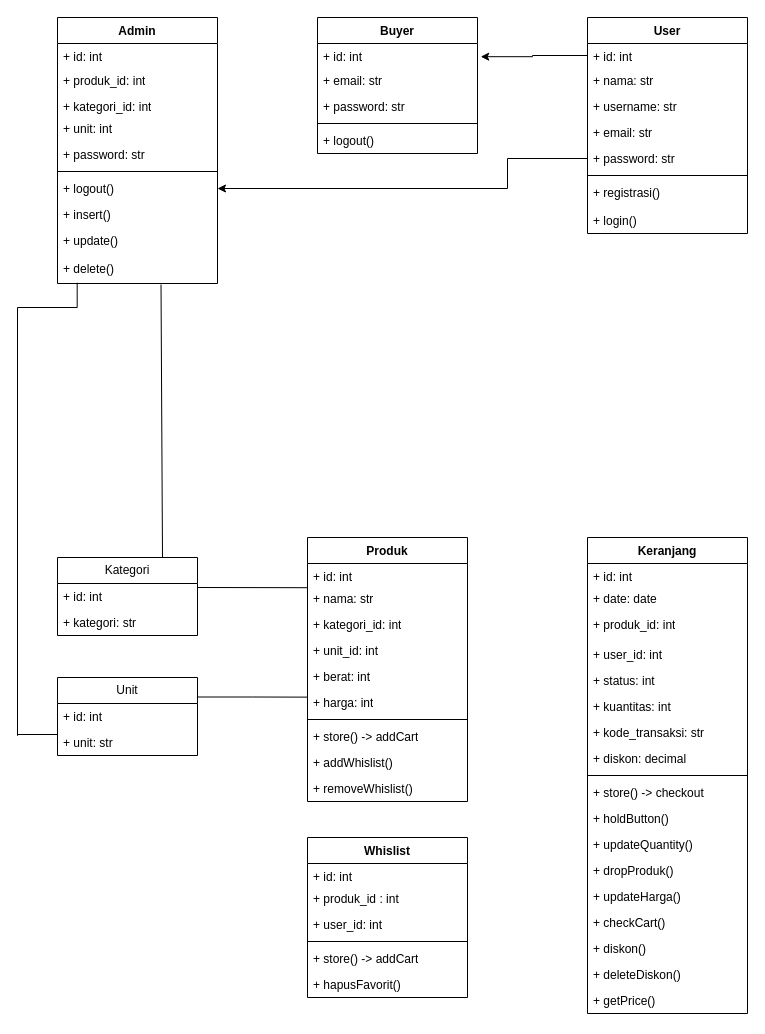
This is Untitled Diagram.drawio from fahri0126/Diagram, a draw.io file, before an edit. Source tidied: cells renumbered, new cells numbered last; positions are measured from the earlier drawing's top-left corner, leaving out a move shared by most shapes. Both pictures are drawn from the tidied source at 100%, with x=0, y=0 at pixel (17, 17).
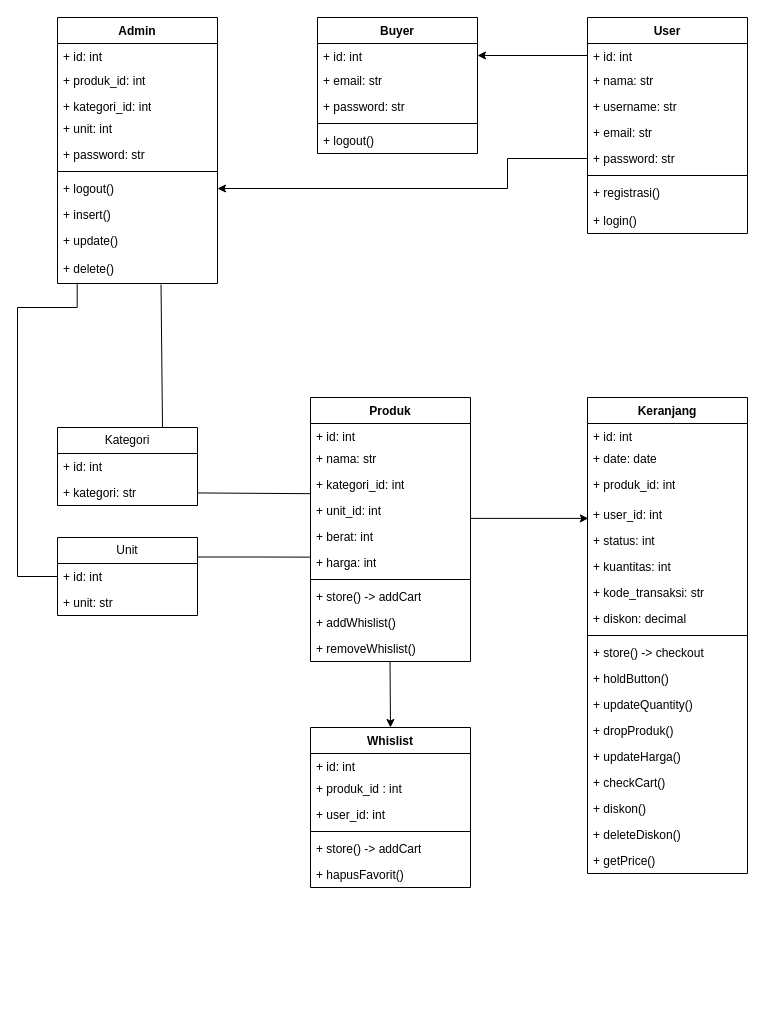
After the change.

Unchanged cells that the change refers to:
```xml
<mxCell id="4" value="+ nama: str" style="text;strokeColor=none;fillColor=none;align=left;verticalAlign=top;spacingLeft=4;spacingRight=4;overflow=hidden;points=[[0,0.5],[1,0.5]];portConstraint=eastwest;whiteSpace=wrap;html=1;" parent="2" vertex="1">
  <mxGeometry y="48" width="160" height="26" as="geometry" />
</mxCell>
<mxCell id="5" value="+ kategori_id: int" style="text;strokeColor=none;fillColor=none;align=left;verticalAlign=top;spacingLeft=4;spacingRight=4;overflow=hidden;points=[[0,0.5],[1,0.5]];portConstraint=eastwest;whiteSpace=wrap;html=1;" parent="2" vertex="1">
  <mxGeometry y="74" width="160" height="26" as="geometry" />
</mxCell>
<mxCell id="12" value="+ removeWhislist()" style="text;strokeColor=none;fillColor=none;align=left;verticalAlign=top;spacingLeft=4;spacingRight=4;overflow=hidden;points=[[0,0.5],[1,0.5]];portConstraint=eastwest;whiteSpace=wrap;html=1;" parent="2" vertex="1">
  <mxGeometry y="238" width="160" height="26" as="geometry" />
</mxCell>
<mxCell id="17" value="+ user_id: int" style="text;strokeColor=none;fillColor=none;align=left;verticalAlign=top;spacingLeft=4;spacingRight=4;overflow=hidden;points=[[0,0.5],[1,0.5]];portConstraint=eastwest;whiteSpace=wrap;html=1;" parent="13" vertex="1">
  <mxGeometry y="104" width="160" height="26" as="geometry" />
</mxCell>
<mxCell id="41" value="+ kategori: str" style="text;strokeColor=none;fillColor=none;align=left;verticalAlign=top;spacingLeft=4;spacingRight=4;overflow=hidden;points=[[0,0.5],[1,0.5]];portConstraint=eastwest;whiteSpace=wrap;html=1;" parent="39" vertex="1">
  <mxGeometry y="52" width="140" height="26" as="geometry" />
</mxCell>
<mxCell id="47" value="+ id: int" style="text;strokeColor=none;fillColor=none;align=left;verticalAlign=top;spacingLeft=4;spacingRight=4;overflow=hidden;points=[[0,0.5],[1,0.5]];portConstraint=eastwest;whiteSpace=wrap;html=1;" parent="46" vertex="1">
  <mxGeometry y="26" width="160" height="24" as="geometry" />
</mxCell>
<mxCell id="65" value="+ delete()" style="text;strokeColor=none;fillColor=none;align=left;verticalAlign=top;spacingLeft=4;spacingRight=4;overflow=hidden;points=[[0,0.5],[1,0.5]];portConstraint=eastwest;whiteSpace=wrap;html=1;" parent="55" vertex="1">
  <mxGeometry y="238" width="160" height="28" as="geometry" />
</mxCell>
<mxCell id="67" value="+ id: int" style="text;strokeColor=none;fillColor=none;align=left;verticalAlign=top;spacingLeft=4;spacingRight=4;overflow=hidden;points=[[0,0.5],[1,0.5]];portConstraint=eastwest;whiteSpace=wrap;html=1;" parent="66" vertex="1">
  <mxGeometry y="26" width="160" height="24" as="geometry" />
</mxCell>
<mxCell id="68" value="+ email: str" style="text;strokeColor=none;fillColor=none;align=left;verticalAlign=top;spacingLeft=4;spacingRight=4;overflow=hidden;points=[[0,0.5],[1,0.5]];portConstraint=eastwest;whiteSpace=wrap;html=1;" parent="66" vertex="1">
  <mxGeometry y="50" width="160" height="26" as="geometry" />
</mxCell>
```

Diff of the diagram source:
```diff
@@
     <mxCell id="2" value="Produk" style="swimlane;fontStyle=1;align=center;verticalAlign=top;horizontal=1;startSize=26;whiteSpace=wrap;html=1;" parent="1" vertex="1">
-      <mxGeometry x="290" y="520" width="160" height="264" as="geometry" />
+      <mxGeometry x="293" y="380" width="160" height="264" as="geometry" />
     </mxCell>
@@
     <mxCell id="13" value="Keranjang" style="swimlane;fontStyle=1;align=center;verticalAlign=top;horizontal=1;startSize=26;whiteSpace=wrap;html=1;" parent="1" vertex="1">
-      <mxGeometry x="570" y="520" width="160" height="476" as="geometry" />
+      <mxGeometry x="570" y="380" width="160" height="476" as="geometry" />
     </mxCell>
@@
     <mxCell id="32" value="Whislist" style="swimlane;fontStyle=1;align=center;verticalAlign=top;horizontal=1;startSize=26;whiteSpace=wrap;html=1;" parent="1" vertex="1">
-      <mxGeometry x="290" y="820" width="160" height="160" as="geometry" />
+      <mxGeometry x="293" y="710" width="160" height="160" as="geometry" />
     </mxCell>
@@
     <mxCell id="39" value="Kategori" style="swimlane;fontStyle=0;horizontal=1;startSize=26;fillColor=none;whiteSpace=wrap;html=1;" parent="1" vertex="1">
-      <mxGeometry x="40" y="540" width="140" height="78" as="geometry" />
+      <mxGeometry x="40" y="410" width="140" height="78" as="geometry" />
     </mxCell>
@@
-    <mxCell id="42" style="edgeStyle=orthogonalEdgeStyle;shape=connector;rounded=0;jettySize=auto;html=1;labelBackgroundColor=default;strokeColor=default;align=center;verticalAlign=middle;fontFamily=Helvetica;fontSize=11;fontColor=default;endArrow=none;entryX=0.123;entryY=0.973;entryDx=0;entryDy=0;entryPerimeter=0;endFill=0;" parent="1" edge="1" target="65">
+    <mxCell id="42" style="edgeStyle=orthogonalEdgeStyle;shape=connector;rounded=0;jettySize=auto;html=1;labelBackgroundColor=default;strokeColor=default;align=center;verticalAlign=middle;fontFamily=Helvetica;fontSize=11;fontColor=default;endArrow=none;entryX=0.123;entryY=0.973;entryDx=0;entryDy=0;entryPerimeter=0;endFill=0;exitX=0;exitY=0.5;exitDx=0;exitDy=0;" parent="1" edge="1" source="43" target="65">
       <mxGeometry relative="1" as="geometry">
-        <mxPoint x="40" y="717" as="sourcePoint" />
         <Array as="points">
-          <mxPoint y="718" />
+          <mxPoint y="559" />
           <mxPoint y="290" />
           <mxPoint x="60" y="290" />
-          <mxPoint x="60" y="267" />
         </Array>
       </mxGeometry>
     </mxCell>
     <mxCell id="43" value="Unit" style="swimlane;fontStyle=0;horizontal=1;startSize=26;fillColor=none;whiteSpace=wrap;html=1;" parent="1" vertex="1">
-      <mxGeometry x="40" y="660" width="140" height="78" as="geometry" />
+      <mxGeometry x="40" y="520" width="140" height="78" as="geometry" />
     </mxCell>
@@
-    <mxCell id="72" style="rounded=0;jettySize=auto;html=1;exitX=1;exitY=0.5;exitDx=0;exitDy=0;labelBackgroundColor=default;strokeColor=default;align=center;verticalAlign=middle;fontFamily=Helvetica;fontSize=11;fontColor=default;endArrow=none;entryX=0.001;entryY=0.085;entryDx=0;entryDy=0;entryPerimeter=0;endFill=0;" parent="1" edge="1" target="4">
-      <mxGeometry relative="1" as="geometry">
-        <mxPoint x="180" y="570" as="sourcePoint" />
-      </mxGeometry>
-    </mxCell>
@@
-    <mxCell id="75" style="edgeStyle=orthogonalEdgeStyle;shape=connector;rounded=0;jettySize=auto;html=1;exitX=0;exitY=0.5;exitDx=0;exitDy=0;entryX=1.02;entryY=-0.416;entryDx=0;entryDy=0;entryPerimeter=0;labelBackgroundColor=default;strokeColor=default;align=center;verticalAlign=middle;fontFamily=Helvetica;fontSize=11;fontColor=default;endArrow=classic;" parent="1" edge="1" source="47" target="68">
+    <mxCell id="75" style="shape=connector;rounded=0;jettySize=auto;html=1;exitX=0;exitY=0.5;exitDx=0;exitDy=0;entryX=1;entryY=0.5;entryDx=0;entryDy=0;labelBackgroundColor=default;strokeColor=default;align=center;verticalAlign=middle;fontFamily=Helvetica;fontSize=11;fontColor=default;endArrow=classic;" parent="1" edge="1" source="47" target="67">
       <mxGeometry relative="1" as="geometry" />
     </mxCell>
@@
+    <mxCell id="77" style="shape=connector;rounded=0;jettySize=auto;html=1;exitX=0.497;exitY=0.994;exitDx=0;exitDy=0;entryX=0.5;entryY=0;entryDx=0;entryDy=0;labelBackgroundColor=default;strokeColor=default;align=center;verticalAlign=middle;fontFamily=Helvetica;fontSize=11;fontColor=default;endArrow=classic;exitPerimeter=0;" parent="1" edge="1" source="12" target="32">
+      <mxGeometry relative="1" as="geometry" />
+    </mxCell>
+    <mxCell id="78" style="edgeStyle=orthogonalEdgeStyle;shape=connector;rounded=0;jettySize=auto;html=1;entryX=0.005;entryY=0.65;entryDx=0;entryDy=0;labelBackgroundColor=default;strokeColor=default;align=center;verticalAlign=middle;fontFamily=Helvetica;fontSize=11;fontColor=default;endArrow=classic;entryPerimeter=0;" parent="1" edge="1" target="17">
+      <mxGeometry relative="1" as="geometry">
+        <mxPoint x="453" y="500" as="sourcePoint" />
+        <Array as="points">
+          <mxPoint x="453" y="500" />
+          <mxPoint x="571" y="500" />
+        </Array>
+      </mxGeometry>
+    </mxCell>
+    <mxCell id="79" style="shape=connector;rounded=0;jettySize=auto;html=1;labelBackgroundColor=default;strokeColor=default;align=center;verticalAlign=middle;fontFamily=Helvetica;fontSize=11;fontColor=default;endArrow=none;entryX=-0.002;entryY=0.853;entryDx=0;entryDy=0;entryPerimeter=0;endFill=0;" parent="1" edge="1" source="41" target="5">
+      <mxGeometry relative="1" as="geometry" />
+    </mxCell>
```
